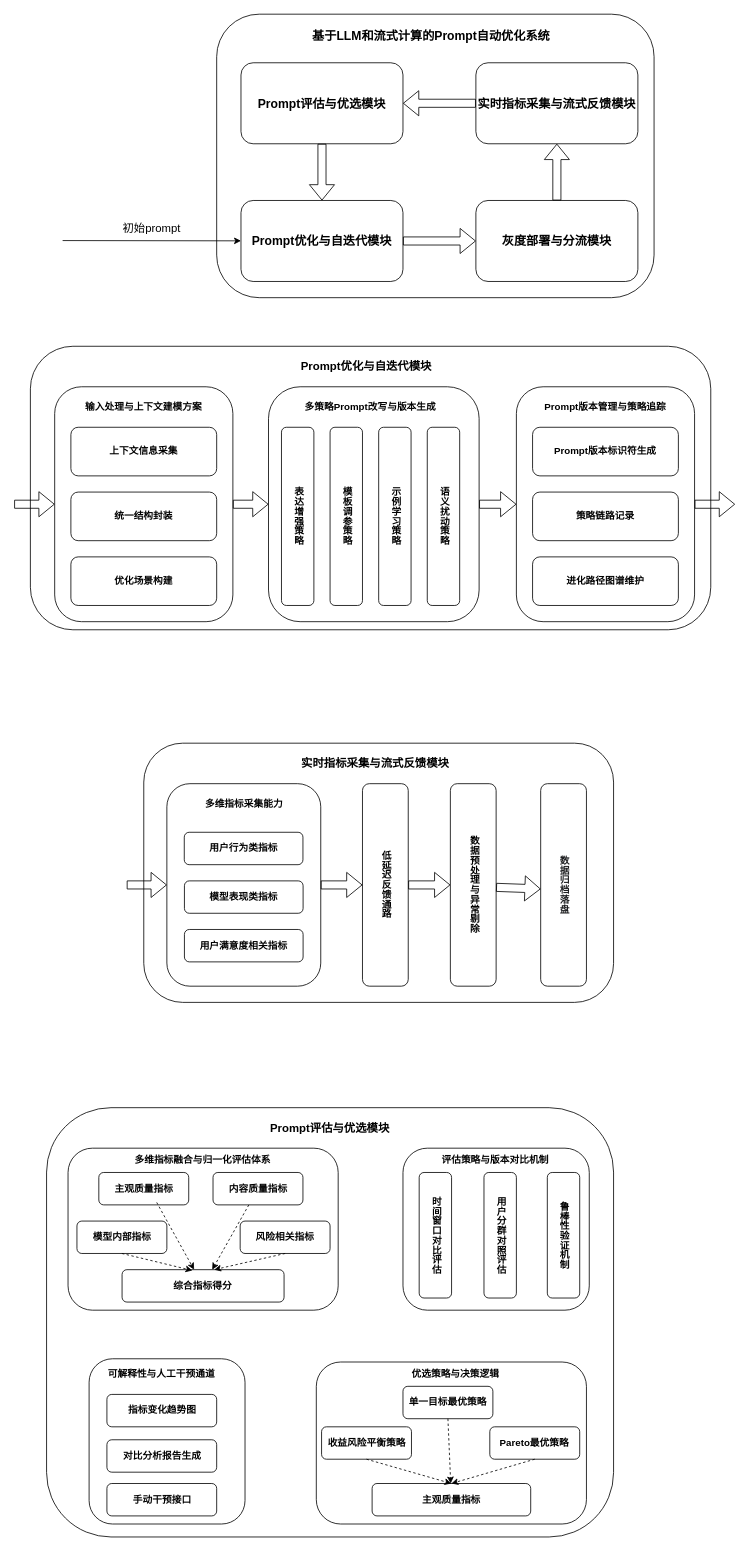
Before: Comment/未命名绘图.drawio in Mrssqin/draw, a draw.io diagram. Source tidied: cells renumbered, new cells numbered last; positions are measured from the earlier drawing's top-left corner, leaving out a move shared by most shapes. Both pictures are drawn from the tidied source at 81%, with x=0, y=0 at pixel (14, 14).
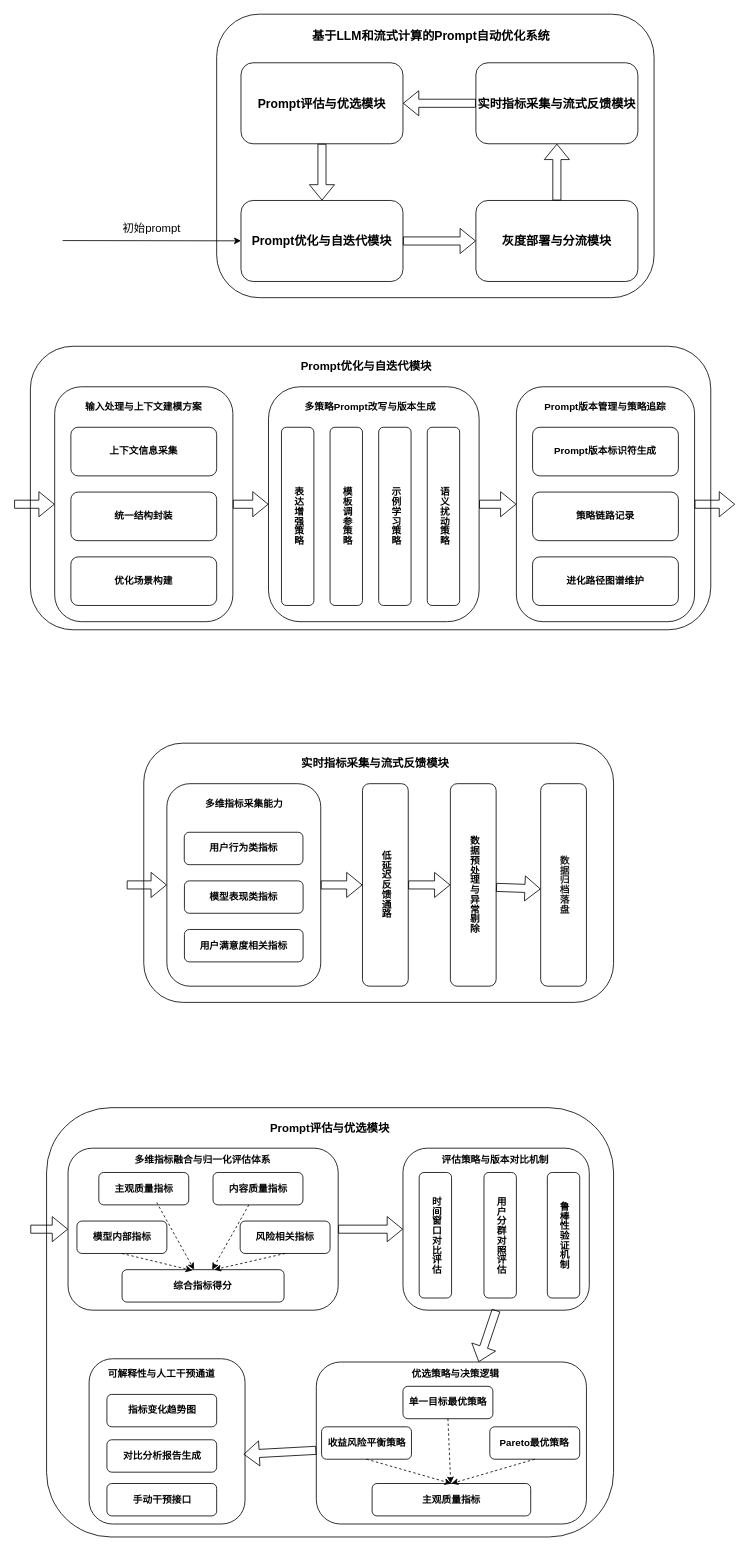
Above is the later version.

Commit message:
更新未命名绘图.drawio

Unchanged cells that the change refers to:
```xml
<mxCell id="51" style="rounded=1;whiteSpace=wrap;html=1;" parent="1" vertex="1">
  <mxGeometry x="66.5" y="1400" width="333.5" height="200" as="geometry" />
</mxCell>
<mxCell id="62" style="rounded=1;whiteSpace=wrap;html=1;" parent="1" vertex="1">
  <mxGeometry x="480" y="1400" width="230" height="200" as="geometry" />
</mxCell>
<mxCell id="66" style="rounded=1;whiteSpace=wrap;html=1;" parent="1" vertex="1">
  <mxGeometry x="373" y="1664" width="333.5" height="200" as="geometry" />
</mxCell>
<mxCell id="74" style="rounded=1;whiteSpace=wrap;html=1;" parent="1" vertex="1">
  <mxGeometry x="92.5" y="1660" width="192.5" height="204" as="geometry" />
</mxCell>
```

Change to the diagram source:
```diff
@@
+    <mxCell id="82" style="shape=flexArrow;endArrow=classic;html=1;rounded=0;entryX=0;entryY=0.5;entryDx=0;entryDy=0;" parent="1" edge="1" target="51">
+      <mxGeometry relative="1" as="geometry">
+        <mxPoint x="20" y="1500" as="sourcePoint" />
+      </mxGeometry>
+    </mxCell>
+    <mxCell id="83" style="shape=flexArrow;endArrow=classic;html=1;rounded=0;exitX=1;exitY=0.5;exitDx=0;exitDy=0;entryX=0;entryY=0.5;entryDx=0;entryDy=0;" parent="1" edge="1" source="51" target="62">
+      <mxGeometry relative="1" as="geometry" />
+    </mxCell>
+    <mxCell id="84" style="shape=flexArrow;endArrow=classic;html=1;rounded=0;exitX=0.5;exitY=1;exitDx=0;exitDy=0;" parent="1" edge="1" source="62" target="66">
+      <mxGeometry relative="1" as="geometry" />
+    </mxCell>
+    <mxCell id="85" style="shape=flexArrow;endArrow=classic;html=1;rounded=0;entryX=0.99;entryY=0.578;entryDx=0;entryDy=0;entryPerimeter=0;" parent="1" edge="1" source="66" target="74">
+      <mxGeometry relative="1" as="geometry" />
+    </mxCell>
```
